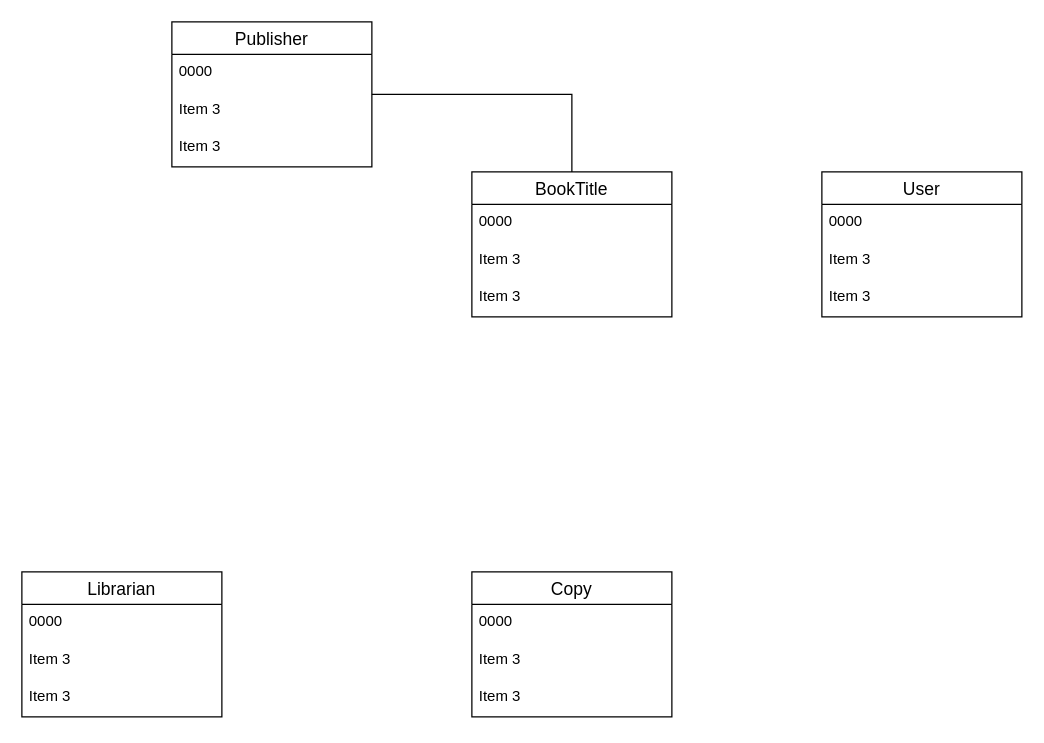
Before: page "ModelAnswer" (2 of 2) of Tutorial 2/Tutorial2_Exercise3.drawio in ChitharaKarunasekera/DatabaseSystemsTutorials, a draw.io diagram. Source tidied: cells renumbered, new cells numbered last; positions are measured from the earlier drawing's top-left corner, leaving out a move shared by most shapes. Both pictures are drawn from the tidied source at 125%, with x=0, y=0 at pixel (21, 21).
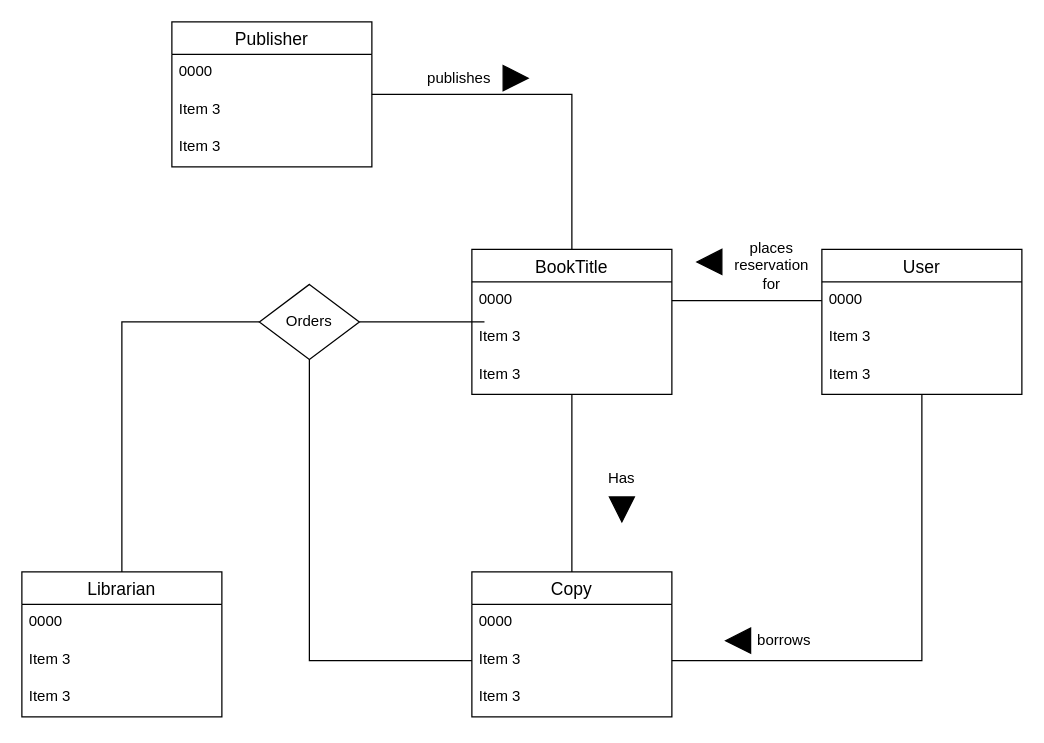
Above is the later version.

Commit message:
defined relationships

Unchanged cells that the change refers to:
```xml
<mxCell id="2" value="Librarian" style="swimlane;fontStyle=0;horizontal=1;startSize=26;align=center;fontSize=14;" parent="1" vertex="1">
  <mxGeometry y="440" width="160" height="116" as="geometry" />
</mxCell>
<mxCell id="7" value="0000" style="text;strokeColor=none;fillColor=none;spacingLeft=4;spacingRight=4;overflow=hidden;points=[[0,0.5],[1,0.5]];portConstraint=eastwest;fontSize=12;" parent="6" vertex="1">
  <mxGeometry y="26" width="160" height="30" as="geometry" />
</mxCell>
<mxCell id="8" value="Item 3" style="text;strokeColor=none;fillColor=none;spacingLeft=4;spacingRight=4;overflow=hidden;points=[[0,0.5],[1,0.5]];portConstraint=eastwest;fontSize=12;" parent="6" vertex="1">
  <mxGeometry y="56" width="160" height="30" as="geometry" />
</mxCell>
<mxCell id="10" value="Copy" style="swimlane;fontStyle=0;horizontal=1;startSize=26;align=center;fontSize=14;" parent="1" vertex="1">
  <mxGeometry x="360" y="440" width="160" height="116" as="geometry" />
</mxCell>
<mxCell id="12" value="Item 3" style="text;strokeColor=none;fillColor=none;spacingLeft=4;spacingRight=4;overflow=hidden;points=[[0,0.5],[1,0.5]];portConstraint=eastwest;fontSize=12;" parent="10" vertex="1">
  <mxGeometry y="56" width="160" height="30" as="geometry" />
</mxCell>
<mxCell id="15" value="0000" style="text;strokeColor=none;fillColor=none;spacingLeft=4;spacingRight=4;overflow=hidden;points=[[0,0.5],[1,0.5]];portConstraint=eastwest;fontSize=12;" parent="14" vertex="1">
  <mxGeometry y="26" width="160" height="30" as="geometry" />
</mxCell>
```

What changed in the source:
```diff
@@
+    <mxCell id="23" style="edgeStyle=orthogonalEdgeStyle;rounded=0;jettySize=auto;html=1;entryX=0.5;entryY=0;entryDx=0;entryDy=0;endArrow=none;endFill=0;" parent="1" edge="1" source="6" target="10">
+      <mxGeometry relative="1" as="geometry" />
+    </mxCell>
     <mxCell id="6" value="BookTitle" style="swimlane;fontStyle=0;horizontal=1;startSize=26;align=center;fontSize=14;" parent="1" vertex="1">
-      <mxGeometry x="360" y="120" width="160" height="116" as="geometry" />
+      <mxGeometry x="360" y="182" width="160" height="116" as="geometry" />
     </mxCell>
@@
+    <mxCell id="24" style="edgeStyle=orthogonalEdgeStyle;rounded=0;jettySize=auto;html=1;entryX=1;entryY=0.5;entryDx=0;entryDy=0;endArrow=none;endFill=0;" parent="1" edge="1" source="14" target="12">
+      <mxGeometry relative="1" as="geometry" />
+    </mxCell>
     <mxCell id="14" value="User" style="swimlane;fontStyle=0;horizontal=1;startSize=26;align=center;fontSize=14;" parent="1" vertex="1">
-      <mxGeometry x="640" y="120" width="160" height="116" as="geometry" />
+      <mxGeometry x="640" y="182" width="160" height="116" as="geometry" />
     </mxCell>
@@
+    <mxCell id="25" style="edgeStyle=orthogonalEdgeStyle;rounded=0;jettySize=auto;html=1;endArrow=none;endFill=0;" parent="1" edge="1" source="7" target="15">
+      <mxGeometry relative="1" as="geometry" />
+    </mxCell>
+    <mxCell id="26" style="edgeStyle=orthogonalEdgeStyle;rounded=0;jettySize=auto;html=1;entryX=0.063;entryY=0.067;entryDx=0;entryDy=0;entryPerimeter=0;endArrow=none;endFill=0;" parent="1" edge="1" source="29" target="8">
+      <mxGeometry relative="1" as="geometry" />
+    </mxCell>
+    <mxCell id="27" style="edgeStyle=orthogonalEdgeStyle;rounded=0;jettySize=auto;html=1;entryX=0.5;entryY=0;entryDx=0;entryDy=0;endArrow=none;endFill=0;" parent="1" edge="1" source="29" target="2">
+      <mxGeometry relative="1" as="geometry">
+        <Array as="points">
+          <mxPoint x="80" y="240" />
+        </Array>
+      </mxGeometry>
+    </mxCell>
+    <mxCell id="28" style="edgeStyle=orthogonalEdgeStyle;rounded=0;jettySize=auto;html=1;entryX=0;entryY=0.5;entryDx=0;entryDy=0;endArrow=none;endFill=0;" parent="1" edge="1" source="29" target="12">
+      <mxGeometry relative="1" as="geometry" />
+    </mxCell>
+    <mxCell id="29" value="Orders" style="rhombus;whiteSpace=wrap;html=1;" parent="1" vertex="1">
+      <mxGeometry x="190" y="210" width="80" height="60" as="geometry" />
+    </mxCell>
+    <mxCell id="30" value="publishes" style="text;html=1;strokeColor=none;fillColor=none;align=center;verticalAlign=middle;whiteSpace=wrap;rounded=0;" parent="1" vertex="1">
+      <mxGeometry x="320" y="30" width="60" height="30" as="geometry" />
+    </mxCell>
+    <mxCell id="31" style="triangle;whiteSpace=wrap;html=1;fillColor=#000000;" parent="1" vertex="1">
+      <mxGeometry x="385" y="35" width="20" height="20" as="geometry" />
+    </mxCell>
+    <mxCell id="32" value="Has" style="text;html=1;strokeColor=none;fillColor=none;align=center;verticalAlign=middle;whiteSpace=wrap;rounded=0;" parent="1" vertex="1">
+      <mxGeometry x="450" y="350" width="60" height="30" as="geometry" />
+    </mxCell>
+    <mxCell id="33" style="triangle;whiteSpace=wrap;html=1;fillColor=#000000;direction=south;" parent="1" vertex="1">
+      <mxGeometry x="470" y="380" width="20" height="20" as="geometry" />
+    </mxCell>
+    <mxCell id="34" value="places reservation for" style="text;html=1;strokeColor=none;fillColor=none;align=center;verticalAlign=middle;whiteSpace=wrap;rounded=0;" parent="1" vertex="1">
+      <mxGeometry x="570" y="180" width="60" height="30" as="geometry" />
+    </mxCell>
+    <mxCell id="35" style="triangle;whiteSpace=wrap;html=1;fillColor=#000000;direction=west;" parent="1" vertex="1">
+      <mxGeometry x="540" y="182" width="20" height="20" as="geometry" />
+    </mxCell>
+    <mxCell id="36" value="borrows" style="text;html=1;strokeColor=none;fillColor=none;align=center;verticalAlign=middle;whiteSpace=wrap;rounded=0;" parent="1" vertex="1">
+      <mxGeometry x="580" y="480" width="60" height="30" as="geometry" />
+    </mxCell>
+    <mxCell id="37" style="triangle;whiteSpace=wrap;html=1;fillColor=#000000;direction=west;" parent="1" vertex="1">
+      <mxGeometry x="563" y="485" width="20" height="20" as="geometry" />
+    </mxCell>
```
